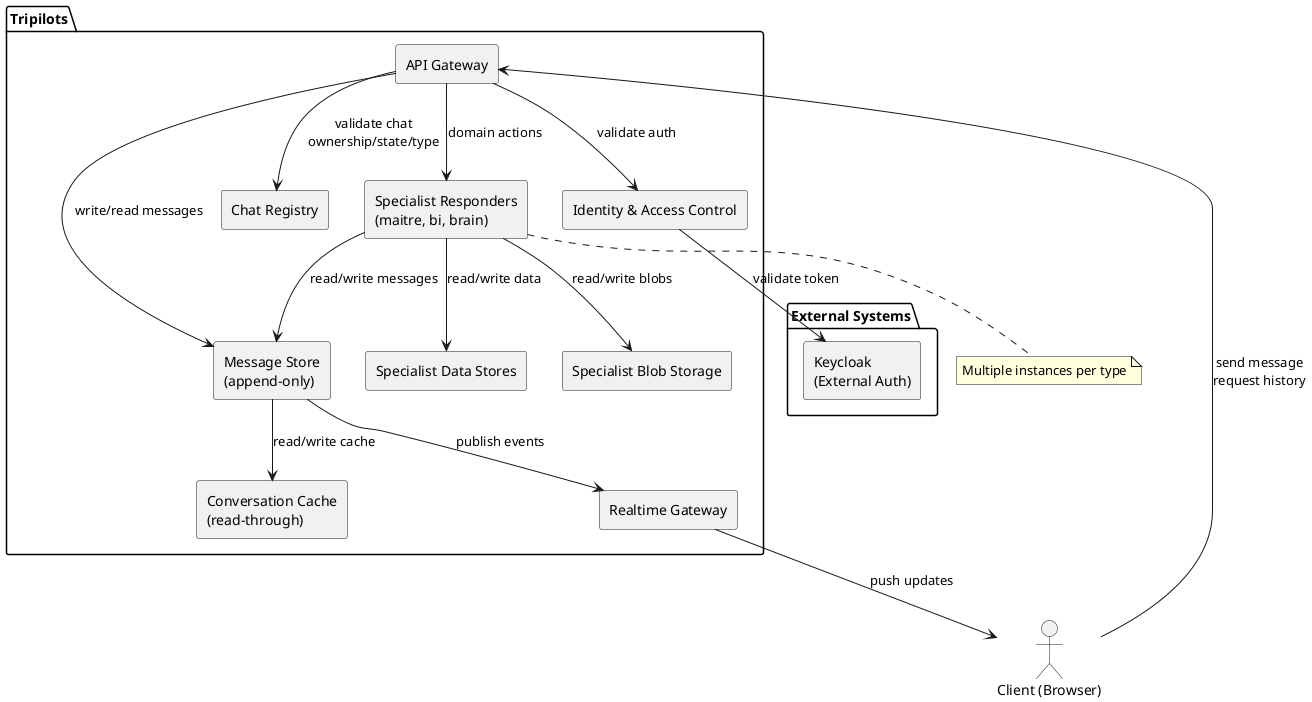
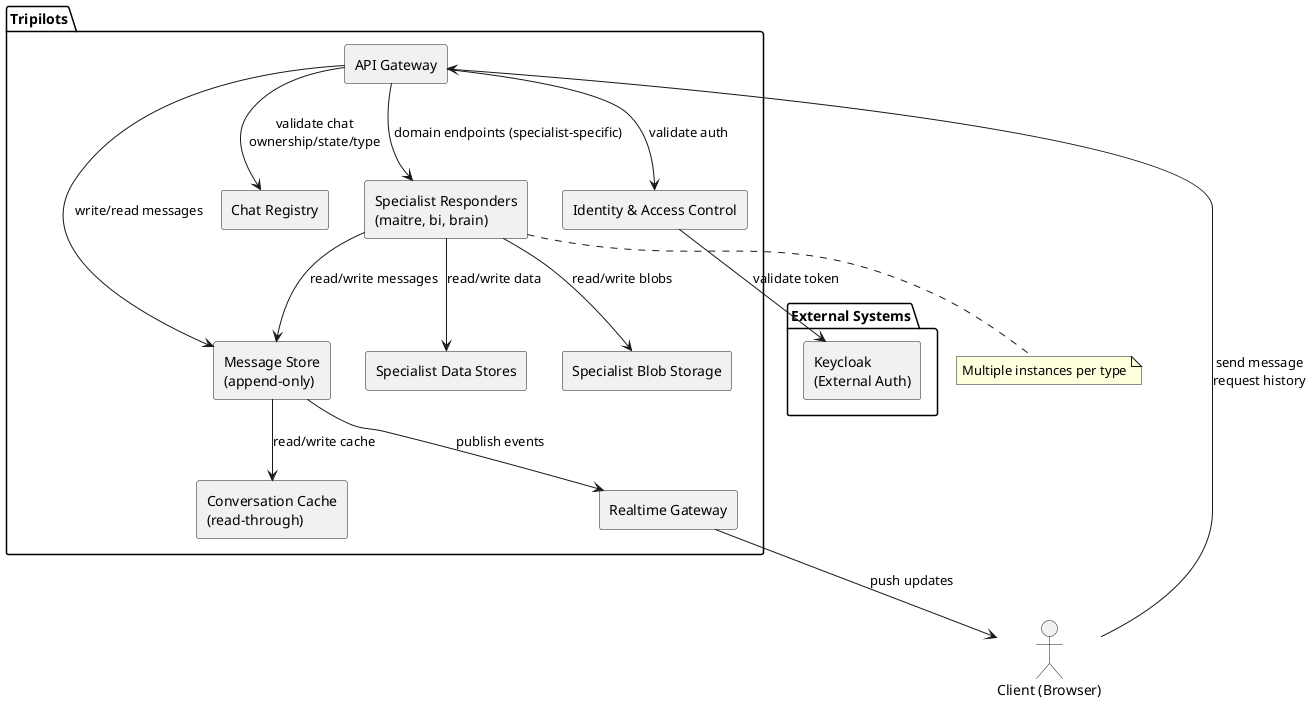
@startuml
skinparam componentStyle rectangle

actor "Client (Browser)" as Client

package "External Systems" {
  component "Keycloak\n(External Auth)" as Keycloak
}

package "Tripilots" {
  component "API Gateway" as APIGW
  component "Identity & Access Control" as IAM
  component "Chat Registry" as ChatReg
  component "Message Store\n(append-only)" as MsgStore
  component "Conversation Cache\n(read-through)" as ConvCache
  component "Realtime Gateway" as RTGW
  component "Specialist Responders\n(maitre, bi, brain)" as Specialists
  component "Specialist Data Stores" as SpecDB
  component "Specialist Blob Storage" as SpecBlob
}

Client --> APIGW : send message\nrequest history
APIGW --> IAM : validate auth
IAM --> Keycloak : validate token
APIGW --> ChatReg : validate chat\nownership/state/type
APIGW --> MsgStore : write/read messages
MsgStore --> ConvCache : read/write cache
Specialists --> MsgStore : read/write messages
Specialists --> SpecDB : read/write data
Specialists --> SpecBlob : read/write blobs
MsgStore --> RTGW : publish events
RTGW --> Client : push updates
- APIGW --> Specialists : domain actions
+ APIGW --> Specialists : domain endpoints (specialist-specific)

note bottom of Specialists
Multiple instances per type
end note

@enduml
